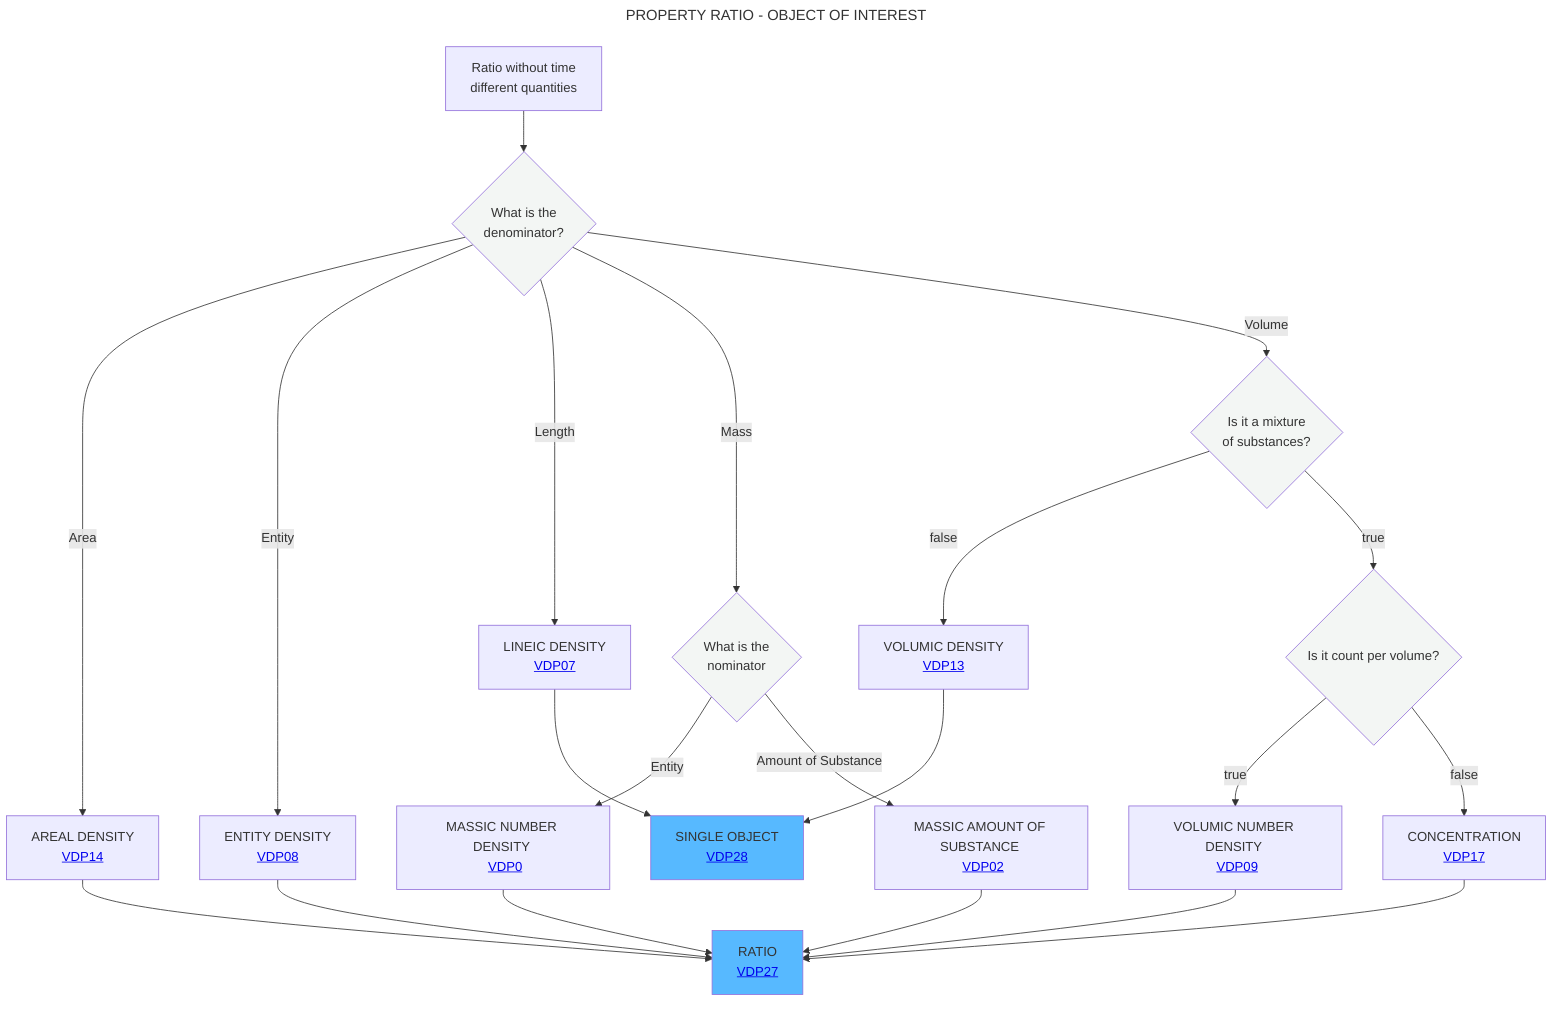
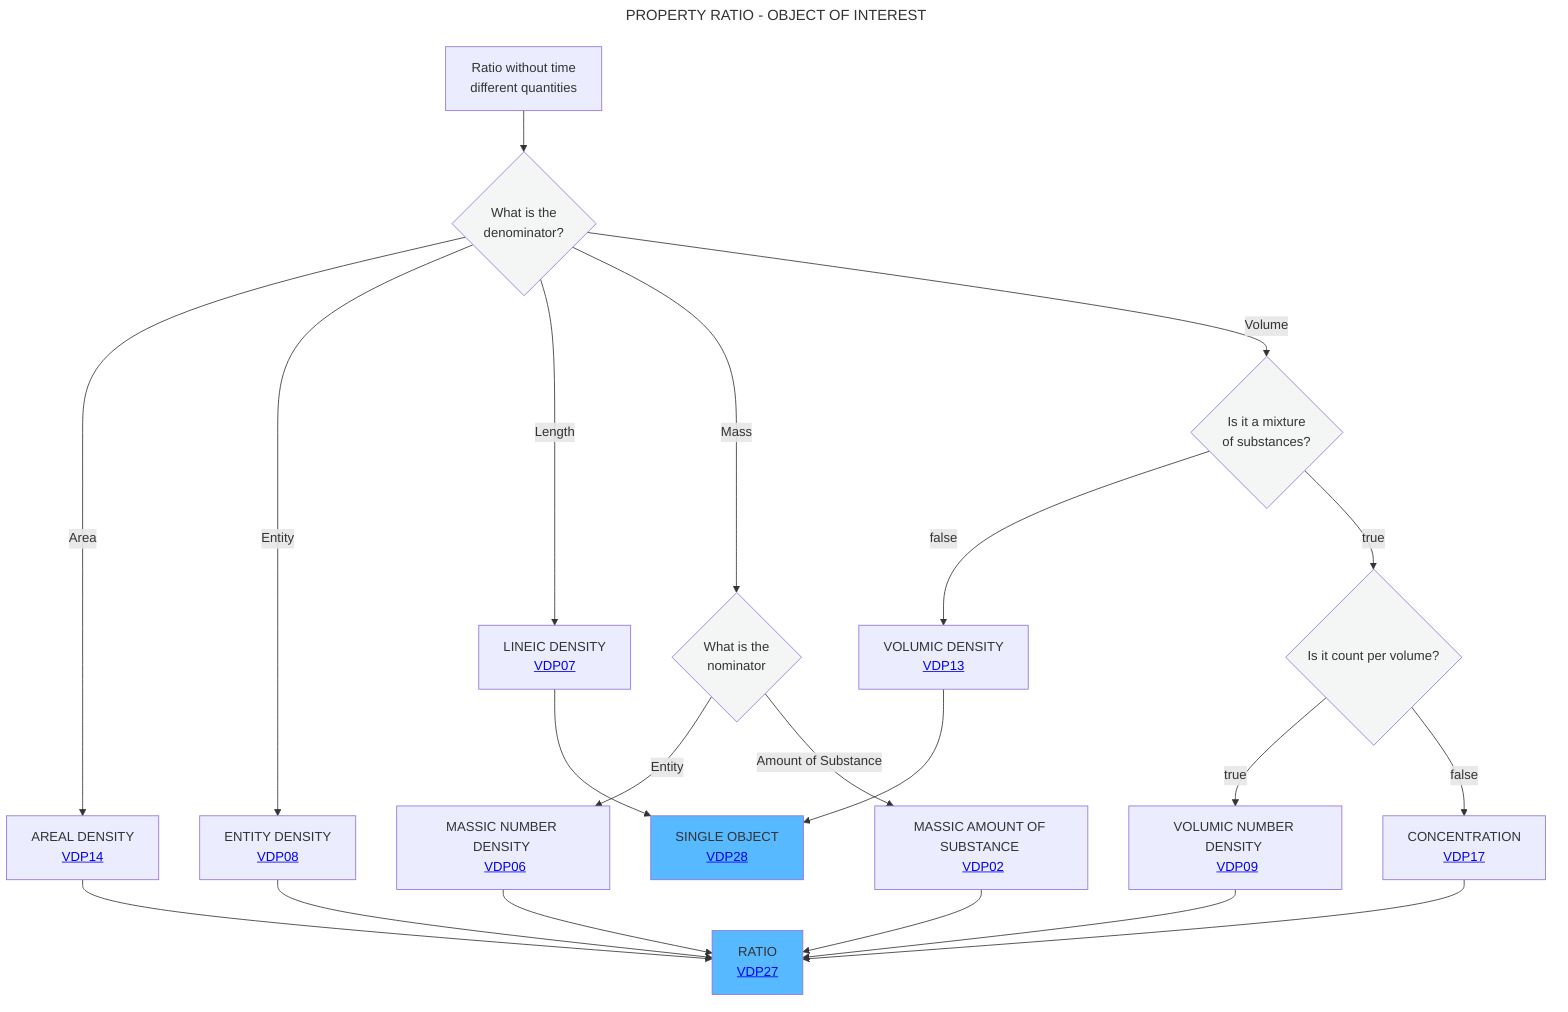
---
title: PROPERTY RATIO - OBJECT OF INTEREST
---
flowchart TD
    A[Ratio without time <br> different quantities] --> B{What is the <br> denominator?}:::white
    B -- Area -->C[AREAL DENSITY <br> <a href='https://github.com/mabablue/I-ADOPT-patterns-playground/blob/main/pattern/VDP14.yaml'>VDP14</a>]
    B -- Entity -->F[ENTITY DENSITY <br> <a href='https://github.com/mabablue/I-ADOPT-patterns-playground/blob/main/pattern/VDP08.yaml'>VDP08</a>]
    B -- Length -->D[LINEIC DENSITY <br> <a href='https://github.com/mabablue/I-ADOPT-patterns-playground/blob/main/pattern/VDP07.yaml'>VDP07</a>]
    B -- Mass -->E{What is the <br> nominator}:::white
-     E -- Entity --> L[MASSIC NUMBER DENSITY <br> <a href='https://github.com/mabablue/I-ADOPT-patterns-playground/blob/main/pattern/VDP06.yaml'>VDP0</a>]
+     E -- Entity --> L[MASSIC NUMBER DENSITY <br> <a href='https://github.com/mabablue/I-ADOPT-patterns-playground/blob/main/pattern/VDP06.yaml'>VDP06</a>]
    E -- Amount of Substance --> P[MASSIC AMOUNT OF SUBSTANCE <br> <a href='https://github.com/mabablue/I-ADOPT-patterns-playground/blob/main/pattern/VDP02.yaml'>VDP02</a>]
    B -- Volume -->G{Is it a mixture <br> of substances?}:::white
    G --> |false|H[VOLUMIC DENSITY <br> <a href='https://github.com/mabablue/I-ADOPT-patterns-playground/blob/main/pattern/VDP13.yaml'>VDP13</a>]
    G--> |true|J{Is it count per volume?}:::white
    J --> |true|I[VOLUMIC NUMBER DENSITY <br> <a href='https://github.com/mabablue/I-ADOPT-patterns-playground/blob/main/pattern/VDP09.yaml'>VDP09</a>]
    J --> |false|M[CONCENTRATION <br> <a href='https://github.com/mabablue/I-ADOPT-patterns-playground/blob/main/pattern/VDP17.yaml'>VDP17</a>]
    I --> N
    C --> N[RATIO <br> <a href='https://github.com/mabablue/I-ADOPT-patterns-playground/blob/main/pattern/VDP27.yaml'>VDP27</a>]:::satblue
    F --> N
    D --> O[SINGLE OBJECT <br> <a href='https://github.com/mabablue/I-ADOPT-patterns-playground/blob/main/pattern/VDP28.yaml'>VDP28</a>]:::satblue
    H --> O
    L --> N
    P --> N
    M --> N
   classDef blue fill:#90D5FF
   classDef satblue fill:#57B9FF
   classDef white fill:#f3f6f4
   classDef green fill:#6aa84f
